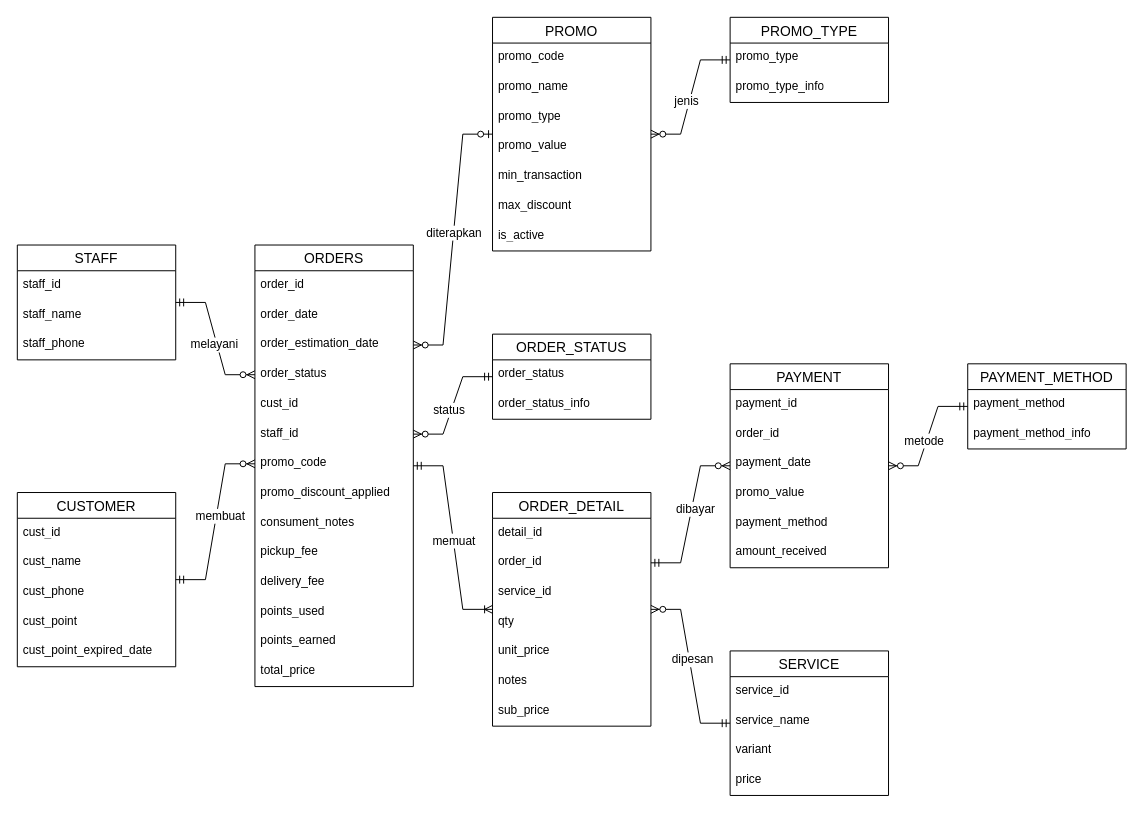
Before: docs/erd-logis.drawio in restumj/laundry-project, a draw.io diagram. Source tidied: cells renumbered, new cells numbered last; positions are measured from the earlier drawing's top-left corner, leaving out a move shared by most shapes. Both pictures are drawn from the tidied source at 99%, with x=0, y=0 at pixel (17, 17).
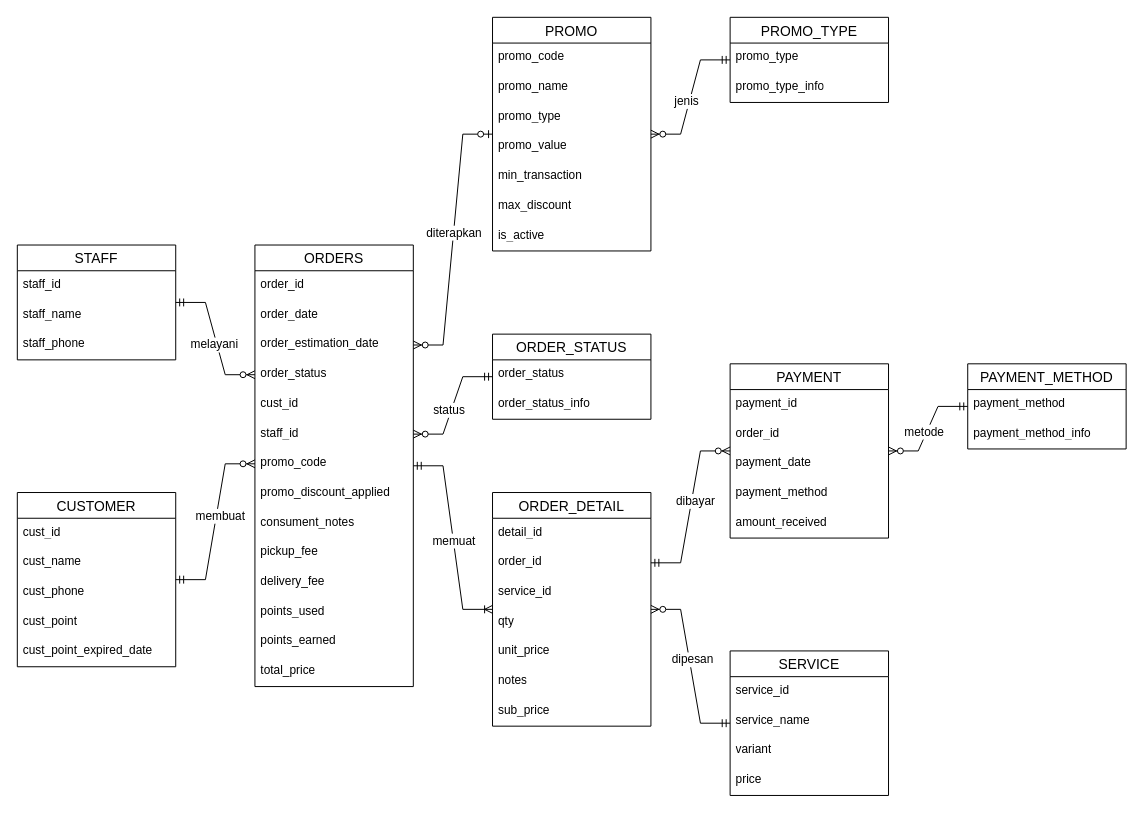
Above is the later version.

Commit message:
edit erd logis

What changed in the source:
```diff
@@
     <mxCell id="51" value="PAYMENT" style="swimlane;fontStyle=0;horizontal=1;startSize=26;align=center;fontSize=14;" parent="1" vertex="1">
-      <mxGeometry x="720" y="350" width="160" height="206" as="geometry" />
+      <mxGeometry x="720" y="350" width="160" height="176" as="geometry" />
     </mxCell>
@@
-    <mxCell id="55" value="promo_value" style="text;strokeColor=none;fillColor=none;spacingLeft=4;spacingRight=4;overflow=hidden;fontSize=12;whiteSpace=wrap;html=1;" parent="51" vertex="1">
-      <mxGeometry y="116" width="160" height="30" as="geometry" />
-    </mxCell>
     <mxCell id="56" value="payment_method" style="text;strokeColor=none;fillColor=none;spacingLeft=4;spacingRight=4;overflow=hidden;fontSize=12;whiteSpace=wrap;html=1;" parent="51" vertex="1">
-      <mxGeometry y="146" width="160" height="30" as="geometry" />
+      <mxGeometry y="116" width="160" height="30" as="geometry" />
     </mxCell>
     <mxCell id="57" value="amount_received" style="text;strokeColor=none;fillColor=none;spacingLeft=4;spacingRight=4;overflow=hidden;fontSize=12;whiteSpace=wrap;html=1;" parent="51" vertex="1">
-      <mxGeometry y="176" width="160" height="30" as="geometry" />
+      <mxGeometry y="146" width="160" height="30" as="geometry" />
     </mxCell>
```
